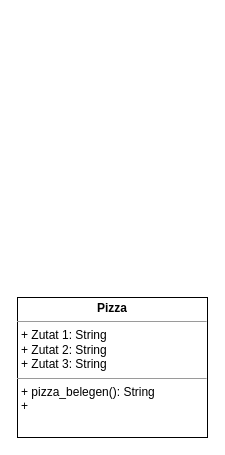
ygerhardt/unterricht keeps this draw.io diagram as UML_Pizza.drawio. Above is the earlier version. Source tidied: cells renumbered, new cells numbered last; positions are measured from the earlier drawing's top-left corner, leaving out a move shared by most shapes. Both pictures are drawn from the tidied source at 100%, with x=0, y=0 at pixel (17, 297).
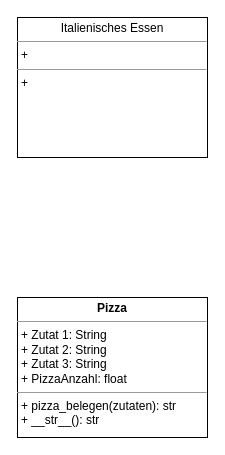
Above is the later version.

Diff of the diagram source:
```diff
@@
 <mxGraphModel>
   <root>
     <mxCell id="0" />
     <mxCell id="1" parent="0" />
-    <mxCell id="2" value="&lt;p style=&quot;margin:0px;margin-top:4px;text-align:center;&quot;&gt;&lt;b&gt;Pizza&lt;/b&gt;&lt;/p&gt;&lt;hr size=&quot;1&quot;&gt;&lt;p style=&quot;margin:0px;margin-left:4px;&quot;&gt;+ Zutat 1: String&lt;br&gt;+ Zutat 2: String&lt;/p&gt;&lt;p style=&quot;margin:0px;margin-left:4px;&quot;&gt;+ Zutat 3: String&lt;/p&gt;&lt;hr size=&quot;1&quot;&gt;&lt;p style=&quot;margin:0px;margin-left:4px;&quot;&gt;+ pizza_belegen(): String&lt;br&gt;+&amp;nbsp;&lt;/p&gt;" style="verticalAlign=top;align=left;overflow=fill;fontSize=12;fontFamily=Helvetica;html=1;rounded=0;shadow=0;comic=0;labelBackgroundColor=none;strokeWidth=1;" parent="1" vertex="1">
+    <mxCell id="2" value="&lt;p style=&quot;margin:0px;margin-top:4px;text-align:center;&quot;&gt;&lt;b&gt;Pizza&lt;/b&gt;&lt;/p&gt;&lt;hr size=&quot;1&quot;&gt;&lt;p style=&quot;margin:0px;margin-left:4px;&quot;&gt;+ Zutat 1: String&lt;br&gt;+ Zutat 2: String&lt;/p&gt;&lt;p style=&quot;margin:0px;margin-left:4px;&quot;&gt;+ Zutat 3: String&lt;/p&gt;&lt;p style=&quot;margin:0px;margin-left:4px;&quot;&gt;+ PizzaAnzahl: float&lt;/p&gt;&lt;hr size=&quot;1&quot;&gt;&lt;p style=&quot;margin:0px;margin-left:4px;&quot;&gt;+ pizza_belegen(zutaten): str&lt;br&gt;+ __str__(): str&lt;/p&gt;" style="verticalAlign=top;align=left;overflow=fill;fontSize=12;fontFamily=Helvetica;html=1;rounded=0;shadow=0;comic=0;labelBackgroundColor=none;strokeWidth=1;" parent="1" vertex="1">
       <mxGeometry width="190" height="140" as="geometry" />
     </mxCell>
+    <mxCell id="3" value="&lt;p style=&quot;margin:0px;margin-top:4px;text-align:center;&quot;&gt;Italienisches Essen&lt;/p&gt;&lt;hr size=&quot;1&quot;&gt;&lt;p style=&quot;margin:0px;margin-left:4px;&quot;&gt;+&amp;nbsp;&lt;/p&gt;&lt;hr size=&quot;1&quot;&gt;&lt;p style=&quot;margin:0px;margin-left:4px;&quot;&gt;+&amp;nbsp;&lt;br&gt;&lt;/p&gt;" style="verticalAlign=top;align=left;overflow=fill;fontSize=12;fontFamily=Helvetica;html=1;rounded=0;shadow=0;comic=0;labelBackgroundColor=none;strokeWidth=1;" parent="1" vertex="1">
+      <mxGeometry y="-280" width="190" height="140" as="geometry" />
+    </mxCell>
   </root>
 </mxGraphModel>
```
